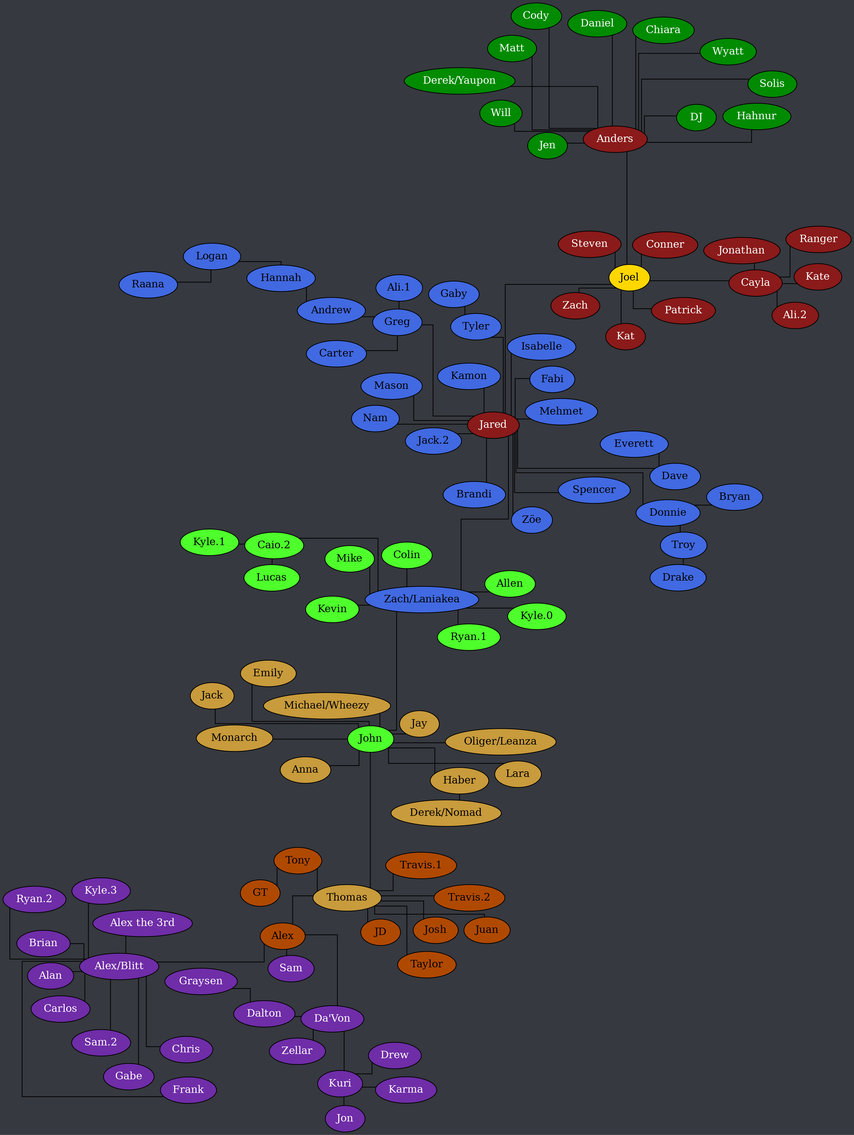
Above: tree.png in Documidas/CoronaCatzFamilyTree (Graphviz), before the change. Its source is kept beside it as tree.dot.
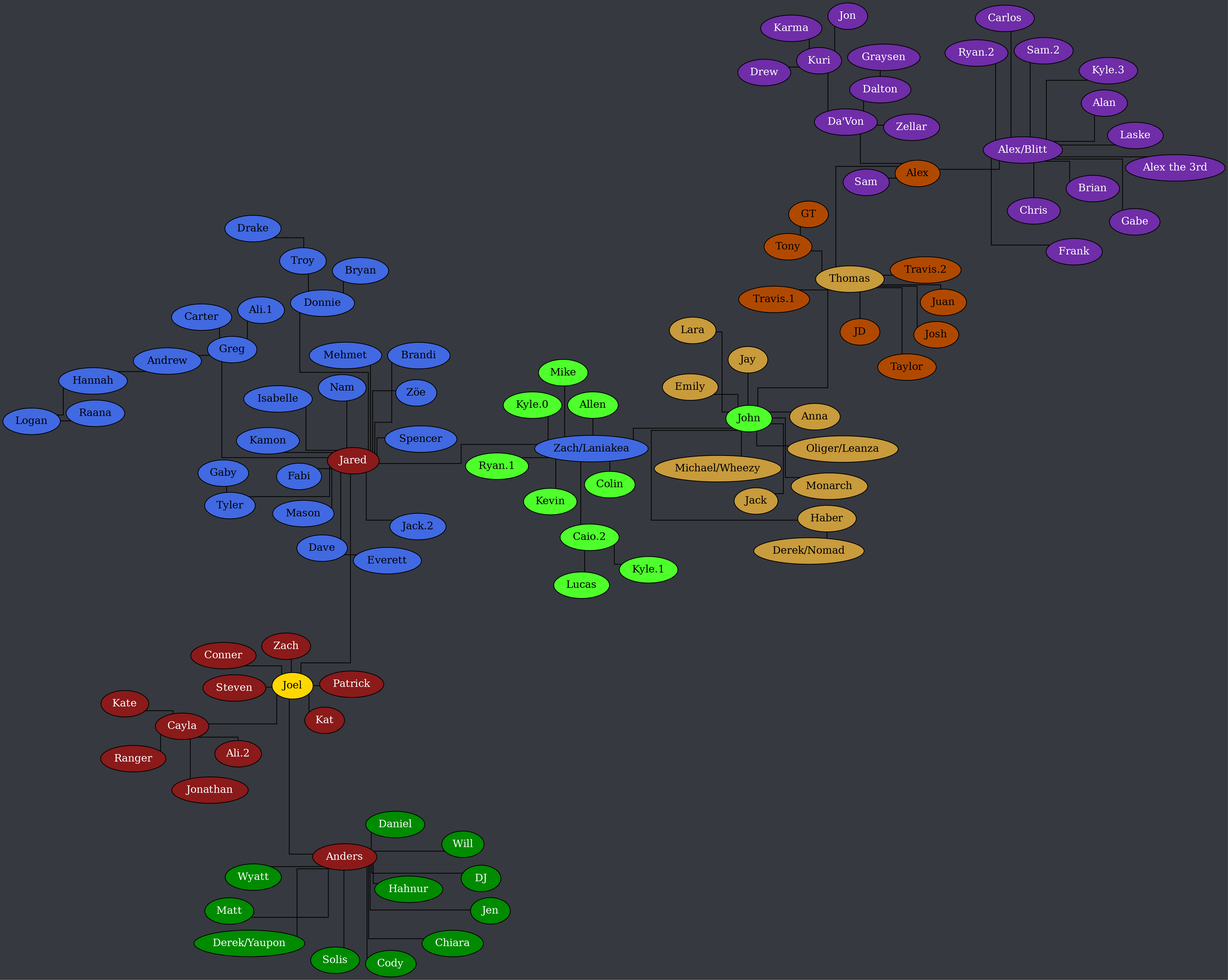
The same diagram one commit later.

What changed in the source:
```diff
@@ -140,6 +140,7 @@
 		"Alex/Blitt" -- Frank;
 		"Alex/Blitt" -- Gabe;
 		"Alex/Blitt" -- "Kyle.3";
+		"Alex/Blitt" -- Laske;
 		"Alex/Blitt" -- "Ryan.2";
 		"Alex/Blitt" -- "Sam.2";
 		"Da'Von" -- Dalton;
```
